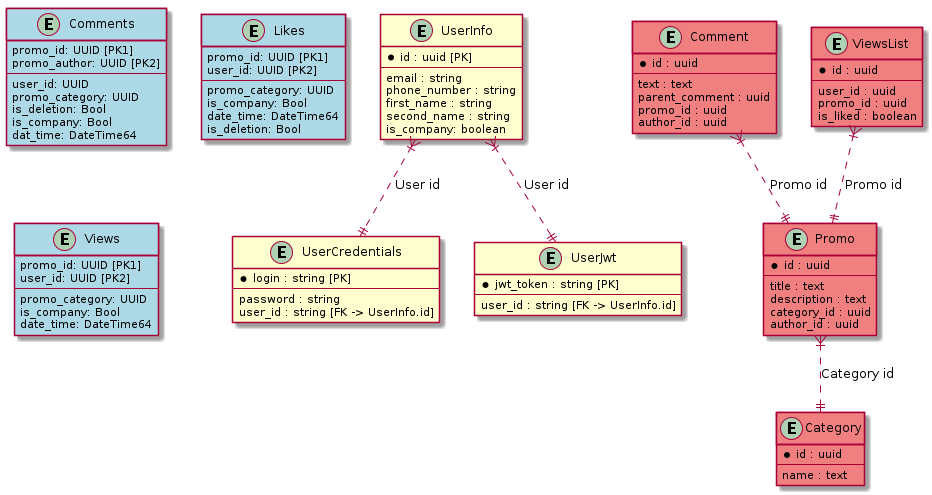
Above: doc/scheme.png in danilabokhanov/loyatly-program-platform (PlantUML), before the change. Its diagram source:
```plantuml
@startuml

entity "UserInfo" {
    * id : uuid [PK]
    --
    email : string
    phone_number : string
    first_name : string
    second_name : string
    is_company: boolean
}

entity "UserCredentials" {
    * login : string [PK]
    --
    password : string
    user_id : string [FK -> UserInfo.id]
}

entity "UserJwt" {
    * jwt_token : string [PK]
    --
    user_id : string [FK -> UserInfo.id]
}

UserInfo }|..|| UserCredentials : "User id"
UserInfo }|..|| UserJwt : "User id"


entity Promo #lightcoral {
    *id : uuid
    --
    title : text
    description : text
    category_id : uuid
    author_id : uuid
}

entity Category #lightcoral {
    *id : uuid
    --
    name : text
}

entity Comment #lightcoral {
    *id : uuid
    --
    text : text
    parent_comment : uuid
    promo_id : uuid
    author_id : uuid
}

entity ViewsList #lightcoral {
    *id : uuid
    --
    user_id : uuid
    promo_id : uuid
    is_liked : boolean
}

Promo }|..|| Category : "Category id"
Comment }|..|| Promo : "Promo id"
ViewsList }|..|| Promo : "Promo id"

entity Comments #lightblue {
    promo_id: UUID [PK1]
    promo_author: UUID [PK2]
    --
    user_id: UUID
    promo_category: UUID
    is_deletion: Bool
    is_company: Bool
    dat_time: DateTime64
}

entity Likes #lightblue {
    promo_id: UUID [PK1]
    user_id: UUID [PK2]
    --
    promo_category: UUID
    is_company: Bool
    date_time: DateTime64
    is_deletion: Bool
}

entity Views #lightblue {
    promo_id: UUID [PK1]
    user_id: UUID [PK2]
    --
    promo_category: UUID
    is_company: Bool
    date_time: DateTime64
}


@enduml
```
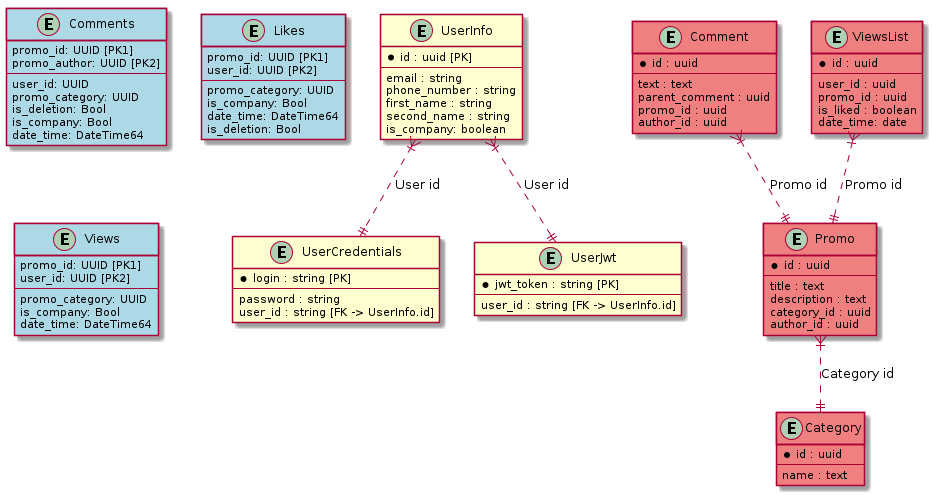
Later version of the same file.

Commit message:
Add field into ViewsList table

The edit, as a diff of the source:
```diff
@@ -57,6 +57,7 @@
     user_id : uuid
     promo_id : uuid
     is_liked : boolean
+    date_time: date
 }
 
 Promo }|..|| Category : "Category id"
@@ -71,7 +72,7 @@
     promo_category: UUID
     is_deletion: Bool
     is_company: Bool
-    dat_time: DateTime64
+    date_time: DateTime64
 }
 
 entity Likes #lightblue {
```
